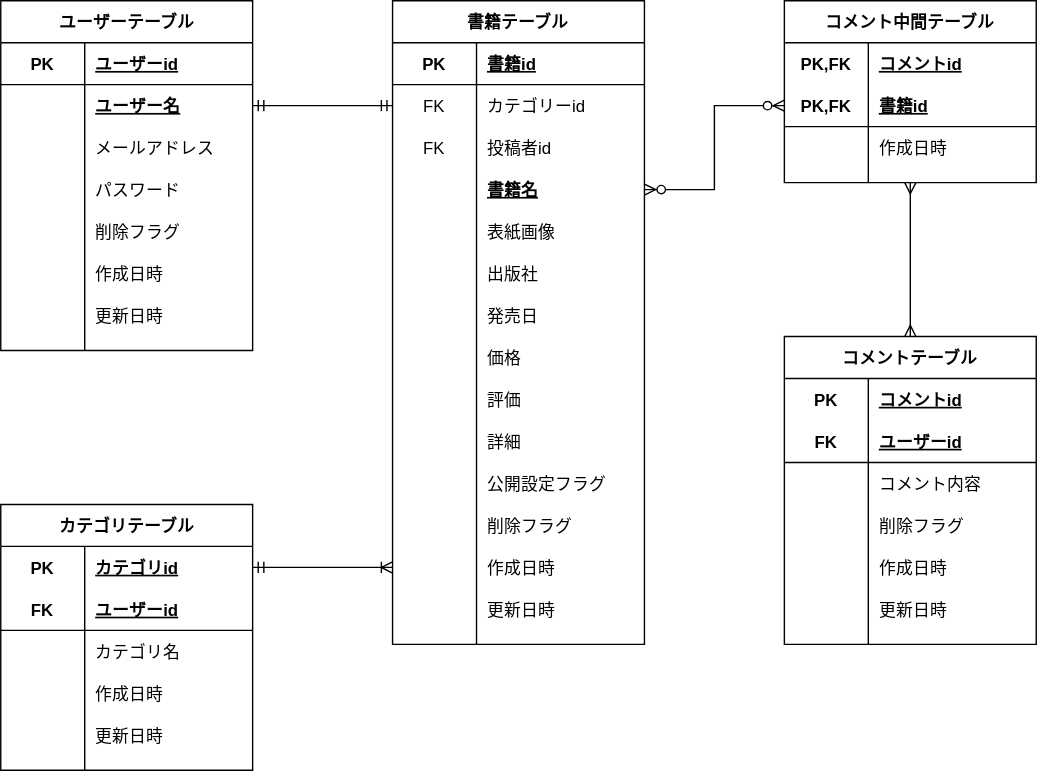
Earlier version of the draw.io export ERdiagram.drawio.svg (takumi98/EngineerBookshelf). Source tidied: cells renumbered, new cells last; positions are measured from the earlier drawing's top-left corner, leaving out a move shared by most shapes.
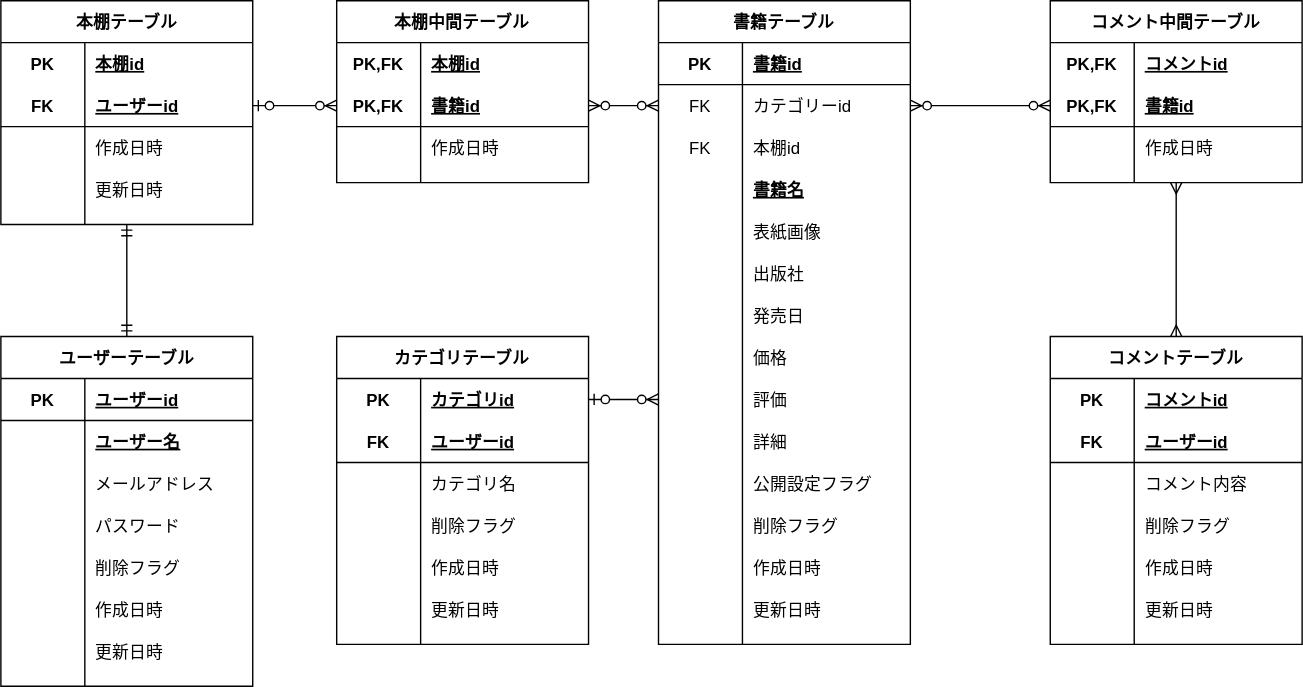
After the commit.

Commit message:
[update]本棚テーブルを追加

What changed in the source:
```diff
@@ -2,11 +2,8 @@
   <root>
     <mxCell id="0" />
     <mxCell id="1" parent="0" />
-    <mxCell id="2" style="edgeStyle=orthogonalEdgeStyle;rounded=0;jettySize=auto;html=1;entryX=0;entryY=0.5;entryDx=0;entryDy=0;endArrow=ERmandOne;endFill=0;exitX=1;exitY=0.5;exitDx=0;exitDy=0;startArrow=ERmandOne;startFill=0;" parent="1" edge="1" source="7" target="29">
-      <mxGeometry relative="1" as="geometry" />
-    </mxCell>
     <mxCell id="3" value="ユーザーテーブル" style="shape=table;startSize=30;rowLines=0;fontStyle=1;align=center;" parent="1" vertex="1">
-      <mxGeometry width="180" height="250" as="geometry" />
+      <mxGeometry x="-190" y="240" width="180" height="250" as="geometry" />
     </mxCell>
     <mxCell id="4" style="shape=partialRectangle;fillColor=none;top=0;left=0;bottom=1;right=0;" parent="3" vertex="1">
       <mxGeometry y="30" width="180" height="30" as="geometry" />
@@ -98,7 +95,7 @@
     <mxCell id="33" value="FK" style="shape=partialRectangle;fillColor=none;top=0;left=0;bottom=0;right=0;overflow=hidden;" parent="32" vertex="1">
       <mxGeometry width="60" height="30" as="geometry" />
     </mxCell>
-    <mxCell id="34" value="投稿者id" style="shape=partialRectangle;fillColor=none;top=0;left=0;bottom=0;right=0;align=left;spacingLeft=6;overflow=hidden;" parent="32" vertex="1">
+    <mxCell id="34" value="本棚id" style="shape=partialRectangle;fillColor=none;top=0;left=0;bottom=0;right=0;align=left;spacingLeft=6;overflow=hidden;" parent="32" vertex="1">
       <mxGeometry x="60" width="120" height="30" as="geometry" />
     </mxCell>
     <mxCell id="35" style="shape=partialRectangle;fillColor=none;top=0;left=0;bottom=0;right=0;points=[[0,0.5],[1,0.5]];portConstraint=eastwest;" parent="25" vertex="1">
@@ -291,7 +288,7 @@
       <mxGeometry x="60" width="120" height="30" as="geometry" />
     </mxCell>
     <mxCell id="98" value="カテゴリテーブル" style="shape=table;startSize=30;rowLines=0;fontStyle=1;align=center;" parent="1" vertex="1">
-      <mxGeometry y="360" width="180" height="190" as="geometry" />
+      <mxGeometry x="50" y="240" width="180" height="220" as="geometry" />
     </mxCell>
     <mxCell id="99" style="shape=partialRectangle;fillColor=none;top=0;left=0;bottom=0;right=0;points=[[0,0.5],[1,0.5]];portConstraint=eastwest;" parent="98" vertex="1">
       <mxGeometry y="30" width="180" height="30" as="geometry" />
@@ -320,8 +317,17 @@
     <mxCell id="107" value="カテゴリ名" style="shape=partialRectangle;fillColor=none;top=0;left=0;bottom=0;right=0;align=left;spacingLeft=6;overflow=hidden;" parent="105" vertex="1">
       <mxGeometry x="60" width="120" height="30" as="geometry" />
     </mxCell>
+    <mxCell id="116" style="shape=partialRectangle;fillColor=none;top=0;left=0;bottom=0;right=0;" parent="98" vertex="1">
+      <mxGeometry y="120" width="180" height="30" as="geometry" />
+    </mxCell>
+    <mxCell id="117" style="shape=partialRectangle;fillColor=none;top=0;left=0;bottom=0;right=0;overflow=hidden;" parent="116" vertex="1">
+      <mxGeometry width="60" height="30" as="geometry" />
+    </mxCell>
+    <mxCell id="118" value="削除フラグ" style="shape=partialRectangle;fillColor=none;top=0;left=0;bottom=0;right=0;align=left;spacingLeft=6;overflow=hidden;" parent="116" vertex="1">
+      <mxGeometry x="60" width="120" height="30" as="geometry" />
+    </mxCell>
     <mxCell id="108" style="shape=partialRectangle;fillColor=none;top=0;left=0;bottom=0;right=0;" parent="98" vertex="1">
-      <mxGeometry y="120" width="180" height="30" as="geometry" />
+      <mxGeometry y="150" width="180" height="30" as="geometry" />
     </mxCell>
     <mxCell id="109" style="shape=partialRectangle;fillColor=none;top=0;left=0;bottom=0;right=0;overflow=hidden;" parent="108" vertex="1">
       <mxGeometry width="60" height="30" as="geometry" />
@@ -330,7 +336,7 @@
       <mxGeometry x="60" width="120" height="30" as="geometry" />
     </mxCell>
     <mxCell id="111" style="shape=partialRectangle;fillColor=none;top=0;left=0;bottom=0;right=0;" parent="98" vertex="1">
-      <mxGeometry y="150" width="180" height="30" as="geometry" />
+      <mxGeometry y="180" width="180" height="30" as="geometry" />
     </mxCell>
     <mxCell id="112" style="shape=partialRectangle;fillColor=none;top=0;left=0;bottom=0;right=0;overflow=hidden;" parent="111" vertex="1">
       <mxGeometry width="60" height="30" as="geometry" />
@@ -338,11 +344,89 @@
     <mxCell id="113" value="更新日時" style="shape=partialRectangle;fillColor=none;top=0;left=0;bottom=0;right=0;align=left;spacingLeft=6;overflow=hidden;" parent="111" vertex="1">
       <mxGeometry x="60" width="120" height="30" as="geometry" />
     </mxCell>
-    <mxCell id="114" style="edgeStyle=orthogonalEdgeStyle;rounded=0;jettySize=auto;html=1;exitX=0;exitY=0.5;exitDx=0;exitDy=0;entryX=1;entryY=0.5;entryDx=0;entryDy=0;startArrow=ERzeroToMany;startFill=1;endArrow=ERzeroToMany;endFill=1;" parent="1" edge="1" source="92" target="35">
+    <mxCell id="114" style="edgeStyle=orthogonalEdgeStyle;rounded=0;jettySize=auto;html=1;exitX=0;exitY=0.5;exitDx=0;exitDy=0;startArrow=ERzeroToMany;startFill=1;endArrow=ERzeroToMany;endFill=1;entryX=1;entryY=0.5;entryDx=0;entryDy=0;" parent="1" edge="1" source="92" target="29">
       <mxGeometry relative="1" as="geometry" />
     </mxCell>
-    <mxCell id="115" style="edgeStyle=orthogonalEdgeStyle;rounded=0;jettySize=auto;html=1;exitX=1;exitY=0.5;exitDx=0;exitDy=0;entryX=0;entryY=0.5;entryDx=0;entryDy=0;startArrow=ERmandOne;startFill=0;endArrow=ERoneToMany;endFill=0;" parent="1" edge="1" source="99" target="62">
+    <mxCell id="115" style="edgeStyle=orthogonalEdgeStyle;rounded=0;jettySize=auto;html=1;exitX=1;exitY=0.5;exitDx=0;exitDy=0;entryX=0;entryY=0.5;entryDx=0;entryDy=0;startArrow=ERzeroToOne;startFill=1;endArrow=ERzeroToMany;endFill=1;" parent="1" edge="1" source="99" target="50">
       <mxGeometry relative="1" as="geometry" />
     </mxCell>
+    <mxCell id="119" style="edgeStyle=orthogonalEdgeStyle;rounded=0;jettySize=auto;html=1;exitX=0.5;exitY=1;exitDx=0;exitDy=0;entryX=0.5;entryY=0;entryDx=0;entryDy=0;startArrow=ERmandOne;startFill=0;endArrow=ERmandOne;endFill=0;" parent="1" edge="1" source="120" target="3">
+      <mxGeometry relative="1" as="geometry" />
+    </mxCell>
+    <mxCell id="120" value="本棚テーブル" style="shape=table;startSize=30;rowLines=0;fontStyle=1;align=center;" parent="1" vertex="1">
+      <mxGeometry x="-190" width="180" height="160" as="geometry" />
+    </mxCell>
+    <mxCell id="121" style="shape=partialRectangle;fillColor=none;top=0;left=0;bottom=0;right=0;" parent="120" vertex="1">
+      <mxGeometry y="30" width="180" height="30" as="geometry" />
+    </mxCell>
+    <mxCell id="122" value="PK" style="shape=partialRectangle;fillColor=none;top=0;left=0;bottom=0;right=0;fontStyle=1;overflow=hidden;" parent="121" vertex="1">
+      <mxGeometry width="60" height="30" as="geometry" />
+    </mxCell>
+    <mxCell id="123" value="本棚id" style="shape=partialRectangle;fillColor=none;top=0;left=0;bottom=0;right=0;align=left;spacingLeft=6;fontStyle=5;overflow=hidden;" parent="121" vertex="1">
+      <mxGeometry x="60" width="120" height="30" as="geometry" />
+    </mxCell>
+    <mxCell id="124" style="shape=partialRectangle;fillColor=none;top=0;left=0;bottom=1;right=0;points=[[0,0.5],[1,0.5]];portConstraint=eastwest;" parent="120" vertex="1">
+      <mxGeometry y="60" width="180" height="30" as="geometry" />
+    </mxCell>
+    <mxCell id="125" value="FK" style="shape=partialRectangle;fillColor=none;top=0;left=0;bottom=0;right=0;fontStyle=1;overflow=hidden;" parent="124" vertex="1">
+      <mxGeometry width="60" height="30" as="geometry" />
+    </mxCell>
+    <mxCell id="126" value="ユーザーid" style="shape=partialRectangle;fillColor=none;top=0;left=0;bottom=0;right=0;align=left;spacingLeft=6;fontStyle=5;overflow=hidden;" parent="124" vertex="1">
+      <mxGeometry x="60" width="120" height="30" as="geometry" />
+    </mxCell>
+    <mxCell id="127" style="shape=partialRectangle;fillColor=none;top=0;left=0;bottom=0;right=0;" parent="120" vertex="1">
+      <mxGeometry y="90" width="180" height="30" as="geometry" />
+    </mxCell>
+    <mxCell id="128" style="shape=partialRectangle;fillColor=none;top=0;left=0;bottom=0;right=0;overflow=hidden;" parent="127" vertex="1">
+      <mxGeometry width="60" height="30" as="geometry" />
+    </mxCell>
+    <mxCell id="129" value="作成日時" style="shape=partialRectangle;fillColor=none;top=0;left=0;bottom=0;right=0;align=left;spacingLeft=6;overflow=hidden;" parent="127" vertex="1">
+      <mxGeometry x="60" width="120" height="30" as="geometry" />
+    </mxCell>
+    <mxCell id="130" style="shape=partialRectangle;fillColor=none;top=0;left=0;bottom=0;right=0;" parent="120" vertex="1">
+      <mxGeometry y="120" width="180" height="30" as="geometry" />
+    </mxCell>
+    <mxCell id="131" style="shape=partialRectangle;fillColor=none;top=0;left=0;bottom=0;right=0;overflow=hidden;" parent="130" vertex="1">
+      <mxGeometry width="60" height="30" as="geometry" />
+    </mxCell>
+    <mxCell id="132" value="更新日時" style="shape=partialRectangle;fillColor=none;top=0;left=0;bottom=0;right=0;align=left;spacingLeft=6;overflow=hidden;" parent="130" vertex="1">
+      <mxGeometry x="60" width="120" height="30" as="geometry" />
+    </mxCell>
+    <mxCell id="133" value="本棚中間テーブル" style="shape=table;startSize=30;rowLines=0;fontStyle=1;align=center;" parent="1" vertex="1">
+      <mxGeometry x="50" width="180" height="130" as="geometry" />
+    </mxCell>
+    <mxCell id="134" style="shape=partialRectangle;fillColor=none;top=0;left=0;bottom=0;right=0;" parent="133" vertex="1">
+      <mxGeometry y="30" width="180" height="30" as="geometry" />
+    </mxCell>
+    <mxCell id="135" value="PK,FK" style="shape=partialRectangle;fillColor=none;top=0;left=0;bottom=0;right=0;fontStyle=1;overflow=hidden;" parent="134" vertex="1">
+      <mxGeometry width="60" height="30" as="geometry" />
+    </mxCell>
+    <mxCell id="136" value="本棚id" style="shape=partialRectangle;fillColor=none;top=0;left=0;bottom=0;right=0;align=left;spacingLeft=6;fontStyle=5;overflow=hidden;" parent="134" vertex="1">
+      <mxGeometry x="60" width="120" height="30" as="geometry" />
+    </mxCell>
+    <mxCell id="137" style="shape=partialRectangle;fillColor=none;top=0;left=0;bottom=1;right=0;points=[[0,0.5],[1,0.5]];portConstraint=eastwest;" parent="133" vertex="1">
+      <mxGeometry y="60" width="180" height="30" as="geometry" />
+    </mxCell>
+    <mxCell id="138" value="PK,FK" style="shape=partialRectangle;fillColor=none;top=0;left=0;bottom=0;right=0;fontStyle=1;overflow=hidden;" parent="137" vertex="1">
+      <mxGeometry width="60" height="30" as="geometry" />
+    </mxCell>
+    <mxCell id="139" value="書籍id" style="shape=partialRectangle;fillColor=none;top=0;left=0;bottom=0;right=0;align=left;spacingLeft=6;fontStyle=5;overflow=hidden;" parent="137" vertex="1">
+      <mxGeometry x="60" width="120" height="30" as="geometry" />
+    </mxCell>
+    <mxCell id="140" style="shape=partialRectangle;fillColor=none;top=0;left=0;bottom=0;right=0;" parent="133" vertex="1">
+      <mxGeometry y="90" width="180" height="30" as="geometry" />
+    </mxCell>
+    <mxCell id="141" style="shape=partialRectangle;fillColor=none;top=0;left=0;bottom=0;right=0;overflow=hidden;" parent="140" vertex="1">
+      <mxGeometry width="60" height="30" as="geometry" />
+    </mxCell>
+    <mxCell id="142" value="作成日時" style="shape=partialRectangle;fillColor=none;top=0;left=0;bottom=0;right=0;align=left;spacingLeft=6;overflow=hidden;" parent="140" vertex="1">
+      <mxGeometry x="60" width="120" height="30" as="geometry" />
+    </mxCell>
+    <mxCell id="143" style="edgeStyle=orthogonalEdgeStyle;rounded=0;jettySize=auto;html=1;exitX=1;exitY=0.5;exitDx=0;exitDy=0;entryX=0;entryY=0.5;entryDx=0;entryDy=0;startArrow=ERzeroToOne;startFill=1;endArrow=ERzeroToMany;endFill=1;" parent="1" edge="1" source="124" target="137">
+      <mxGeometry relative="1" as="geometry" />
+    </mxCell>
+    <mxCell id="144" style="edgeStyle=orthogonalEdgeStyle;rounded=0;jettySize=auto;html=1;exitX=1;exitY=0.5;exitDx=0;exitDy=0;entryX=0;entryY=0.5;entryDx=0;entryDy=0;startArrow=ERzeroToMany;startFill=1;endArrow=ERzeroToMany;endFill=1;" parent="1" edge="1" source="137" target="29">
+      <mxGeometry relative="1" as="geometry" />
+    </mxCell>
   </root>
 </mxGraphModel>
```
